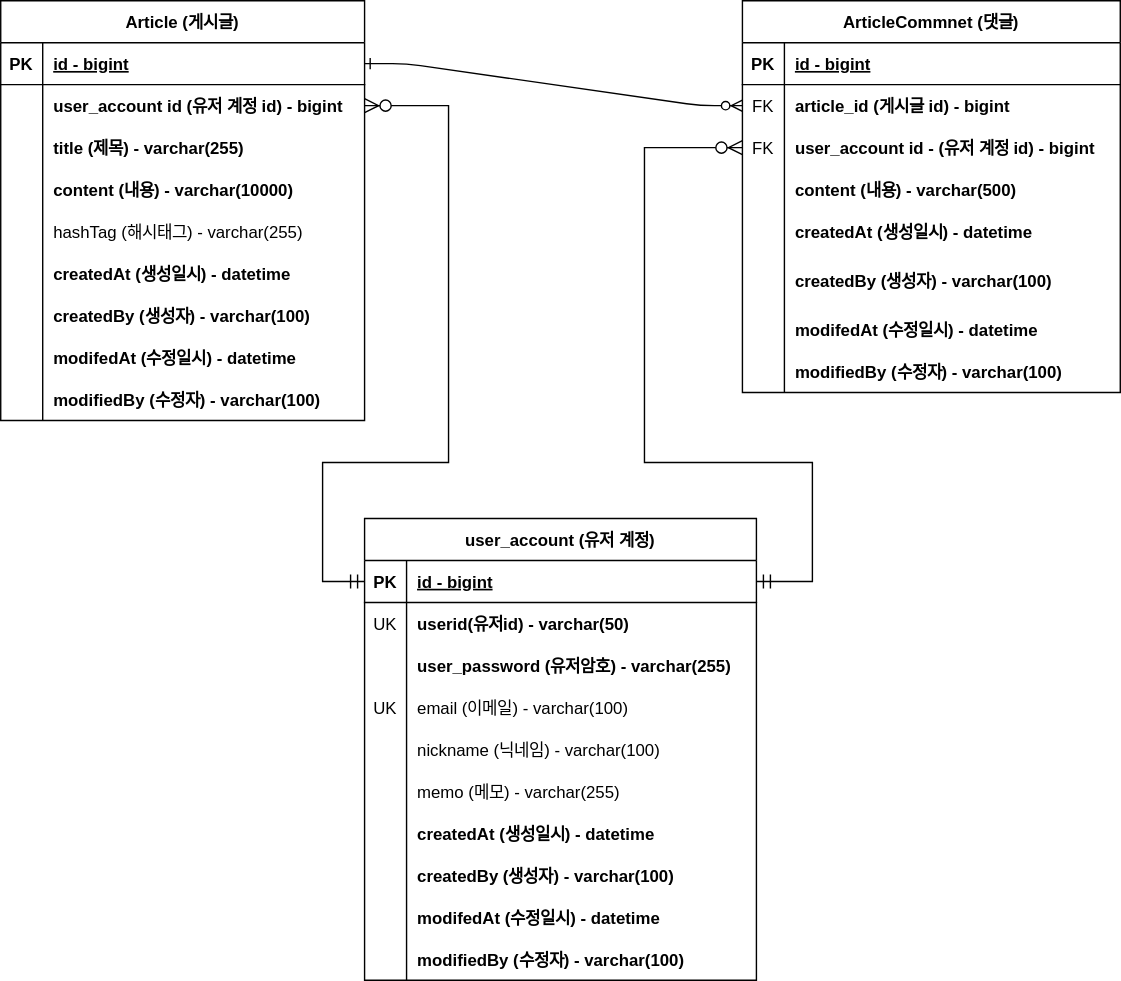
Before: document/project-board-erd.svg, a diagram exported from draw.io (youngeun10/fastcampus-project-board). Source tidied: cells renumbered, new cells last; positions are measured from the earlier drawing's top-left corner, leaving out a move shared by most shapes.
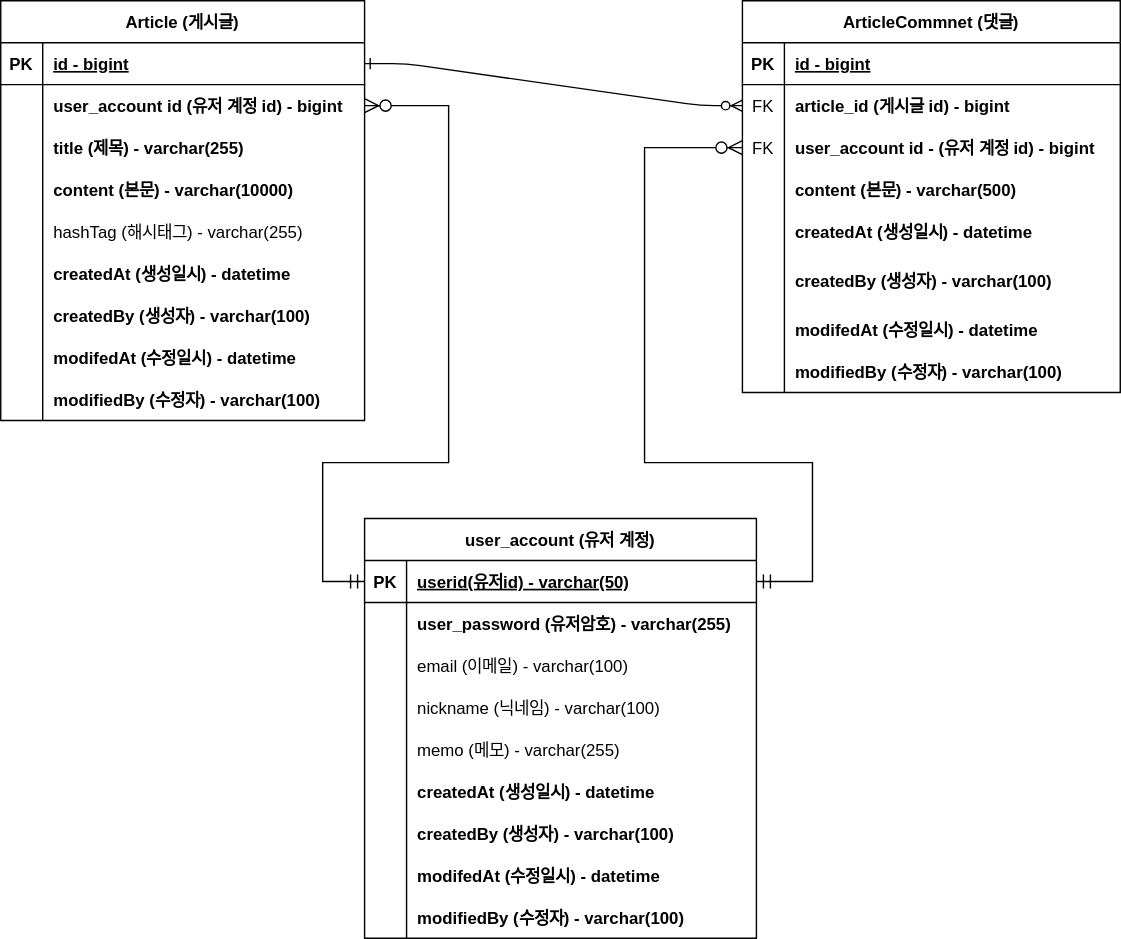
After the commit.

Commit message:
#41 -  ERD 문서 수정: 회원 계정 user_id를 PK로 변경

Diff of the diagram source:
```diff
@@ -41,7 +41,7 @@
     <mxCell id="14" style="shape=partialRectangle;overflow=hidden;fillColor=none;top=0;left=0;bottom=0;right=0;" parent="13" vertex="1">
       <mxGeometry width="30" height="30" as="geometry" />
     </mxCell>
-    <mxCell id="15" value="content (내용) - varchar(500)" style="shape=partialRectangle;overflow=hidden;fillColor=none;top=0;left=0;bottom=0;right=0;align=left;spacingLeft=6;fontStyle=1;" parent="13" vertex="1">
+    <mxCell id="15" value="content (본문) - varchar(500)" style="shape=partialRectangle;overflow=hidden;fillColor=none;top=0;left=0;bottom=0;right=0;align=left;spacingLeft=6;fontStyle=1;" parent="13" vertex="1">
       <mxGeometry x="30" width="240" height="30" as="geometry" />
     </mxCell>
     <mxCell id="16" style="shape=partialRectangle;fillColor=none;top=0;left=0;right=0;bottom=0;" parent="3" vertex="1">
@@ -116,7 +116,7 @@
     <mxCell id="39" style="shape=partialRectangle;overflow=hidden;fillColor=none;top=0;left=0;bottom=0;right=0;" parent="38" vertex="1">
       <mxGeometry width="30" height="30" as="geometry" />
     </mxCell>
-    <mxCell id="40" value="content (내용) - varchar(10000)" style="shape=partialRectangle;overflow=hidden;fillColor=none;top=0;left=0;bottom=0;right=0;align=left;spacingLeft=6;fontStyle=1;" parent="38" vertex="1">
+    <mxCell id="40" value="content (본문) - varchar(10000)" style="shape=partialRectangle;overflow=hidden;fillColor=none;top=0;left=0;bottom=0;right=0;align=left;spacingLeft=6;fontStyle=1;" parent="38" vertex="1">
       <mxGeometry x="30" width="230" height="30" as="geometry" />
     </mxCell>
     <mxCell id="41" style="shape=partialRectangle;fillColor=none;top=0;left=0;right=0;bottom=0;" parent="28" vertex="1">
@@ -165,7 +165,7 @@
       <mxGeometry x="30" width="230" height="30" as="geometry" />
     </mxCell>
     <mxCell id="56" value="user_account (유저 계정)" style="shape=table;startSize=30;rowLines=0;fontStyle=1;align=center;" parent="1" vertex="1">
-      <mxGeometry x="260" y="370" width="280" height="330" as="geometry" />
+      <mxGeometry x="260" y="370" width="280" height="300" as="geometry" />
     </mxCell>
     <mxCell id="57" style="shape=partialRectangle;fillColor=none;points=[[0,0.5],[1,0.5]];portConstraint=eastwest;top=0;left=0;right=0;bottom=1;" parent="56" vertex="1">
       <mxGeometry y="30" width="280" height="30" as="geometry" />
@@ -173,20 +173,11 @@
     <mxCell id="58" value="PK" style="shape=partialRectangle;overflow=hidden;fillColor=none;top=0;left=0;bottom=0;right=0;fontStyle=1;" parent="57" vertex="1">
       <mxGeometry width="30" height="30" as="geometry" />
     </mxCell>
-    <mxCell id="59" value="id - bigint" style="shape=partialRectangle;overflow=hidden;fillColor=none;top=0;left=0;bottom=0;right=0;align=left;spacingLeft=6;fontStyle=5;" parent="57" vertex="1">
+    <mxCell id="59" value="userid(유저id) - varchar(50)" style="shape=partialRectangle;overflow=hidden;fillColor=none;top=0;left=0;bottom=0;right=0;align=left;spacingLeft=6;fontStyle=5;" parent="57" vertex="1">
       <mxGeometry x="30" width="250" height="30" as="geometry" />
     </mxCell>
-    <mxCell id="60" style="shape=partialRectangle;fillColor=none;top=0;left=0;right=0;bottom=0;" parent="56" vertex="1">
-      <mxGeometry y="60" width="280" height="30" as="geometry" />
-    </mxCell>
-    <mxCell id="61" value="UK" style="shape=partialRectangle;overflow=hidden;fillColor=none;top=0;left=0;bottom=0;right=0;" parent="60" vertex="1">
-      <mxGeometry width="30" height="30" as="geometry" />
-    </mxCell>
-    <mxCell id="62" value="userid(유저id) - varchar(50)" style="shape=partialRectangle;overflow=hidden;fillColor=none;top=0;left=0;bottom=0;right=0;align=left;spacingLeft=6;fontStyle=1;" parent="60" vertex="1">
-      <mxGeometry x="30" width="250" height="30" as="geometry" />
-    </mxCell>
     <mxCell id="63" style="shape=partialRectangle;fillColor=none;top=0;left=0;right=0;bottom=0;" parent="56" vertex="1">
-      <mxGeometry y="90" width="280" height="30" as="geometry" />
+      <mxGeometry y="60" width="280" height="30" as="geometry" />
     </mxCell>
     <mxCell id="64" style="shape=partialRectangle;overflow=hidden;fillColor=none;top=0;left=0;bottom=0;right=0;" parent="63" vertex="1">
       <mxGeometry width="30" height="30" as="geometry" />
@@ -195,16 +186,16 @@
       <mxGeometry x="30" width="250" height="30" as="geometry" />
     </mxCell>
     <mxCell id="66" style="shape=partialRectangle;fillColor=none;top=0;left=0;right=0;bottom=0;" parent="56" vertex="1">
-      <mxGeometry y="120" width="280" height="30" as="geometry" />
+      <mxGeometry y="90" width="280" height="30" as="geometry" />
     </mxCell>
-    <mxCell id="67" value="UK" style="shape=partialRectangle;overflow=hidden;fillColor=none;top=0;left=0;bottom=0;right=0;" parent="66" vertex="1">
+    <mxCell id="67" style="shape=partialRectangle;overflow=hidden;fillColor=none;top=0;left=0;bottom=0;right=0;" parent="66" vertex="1">
       <mxGeometry width="30" height="30" as="geometry" />
     </mxCell>
     <mxCell id="68" value="email (이메일) - varchar(100)" style="shape=partialRectangle;overflow=hidden;fillColor=none;top=0;left=0;bottom=0;right=0;align=left;spacingLeft=6;" parent="66" vertex="1">
       <mxGeometry x="30" width="250" height="30" as="geometry" />
     </mxCell>
     <mxCell id="69" style="shape=partialRectangle;fillColor=none;top=0;left=0;right=0;bottom=0;" parent="56" vertex="1">
-      <mxGeometry y="150" width="280" height="30" as="geometry" />
+      <mxGeometry y="120" width="280" height="30" as="geometry" />
     </mxCell>
     <mxCell id="70" style="shape=partialRectangle;overflow=hidden;fillColor=none;top=0;left=0;bottom=0;right=0;" parent="69" vertex="1">
       <mxGeometry width="30" height="30" as="geometry" />
@@ -213,7 +204,7 @@
       <mxGeometry x="30" width="250" height="30" as="geometry" />
     </mxCell>
     <mxCell id="72" style="shape=partialRectangle;fillColor=none;top=0;left=0;right=0;bottom=0;" parent="56" vertex="1">
-      <mxGeometry y="180" width="280" height="30" as="geometry" />
+      <mxGeometry y="150" width="280" height="30" as="geometry" />
     </mxCell>
     <mxCell id="73" style="shape=partialRectangle;overflow=hidden;fillColor=none;top=0;left=0;bottom=0;right=0;" parent="72" vertex="1">
       <mxGeometry width="30" height="30" as="geometry" />
@@ -222,7 +213,7 @@
       <mxGeometry x="30" width="250" height="30" as="geometry" />
     </mxCell>
     <mxCell id="75" style="shape=partialRectangle;fillColor=none;top=0;left=0;right=0;bottom=0;" parent="56" vertex="1">
-      <mxGeometry y="210" width="280" height="30" as="geometry" />
+      <mxGeometry y="180" width="280" height="30" as="geometry" />
     </mxCell>
     <mxCell id="76" style="shape=partialRectangle;overflow=hidden;fillColor=none;top=0;left=0;bottom=0;right=0;" parent="75" vertex="1">
       <mxGeometry width="30" height="30" as="geometry" />
@@ -231,7 +222,7 @@
       <mxGeometry x="30" width="250" height="30" as="geometry" />
     </mxCell>
     <mxCell id="78" style="shape=partialRectangle;fillColor=none;top=0;left=0;right=0;bottom=0;" parent="56" vertex="1">
-      <mxGeometry y="240" width="280" height="30" as="geometry" />
+      <mxGeometry y="210" width="280" height="30" as="geometry" />
     </mxCell>
     <mxCell id="79" style="shape=partialRectangle;overflow=hidden;fillColor=none;top=0;left=0;bottom=0;right=0;" parent="78" vertex="1">
       <mxGeometry width="30" height="30" as="geometry" />
@@ -240,7 +231,7 @@
       <mxGeometry x="30" width="250" height="30" as="geometry" />
     </mxCell>
     <mxCell id="81" style="shape=partialRectangle;fillColor=none;top=0;left=0;right=0;bottom=0;" parent="56" vertex="1">
-      <mxGeometry y="270" width="280" height="30" as="geometry" />
+      <mxGeometry y="240" width="280" height="30" as="geometry" />
     </mxCell>
     <mxCell id="82" style="shape=partialRectangle;overflow=hidden;fillColor=none;top=0;left=0;bottom=0;right=0;" parent="81" vertex="1">
       <mxGeometry width="30" height="30" as="geometry" />
@@ -249,7 +240,7 @@
       <mxGeometry x="30" width="250" height="30" as="geometry" />
     </mxCell>
     <mxCell id="84" style="shape=partialRectangle;fillColor=none;top=0;left=0;right=0;bottom=0;" parent="56" vertex="1">
-      <mxGeometry y="300" width="280" height="30" as="geometry" />
+      <mxGeometry y="270" width="280" height="30" as="geometry" />
     </mxCell>
     <mxCell id="85" style="shape=partialRectangle;overflow=hidden;fillColor=none;top=0;left=0;bottom=0;right=0;" parent="84" vertex="1">
       <mxGeometry width="30" height="30" as="geometry" />
```
